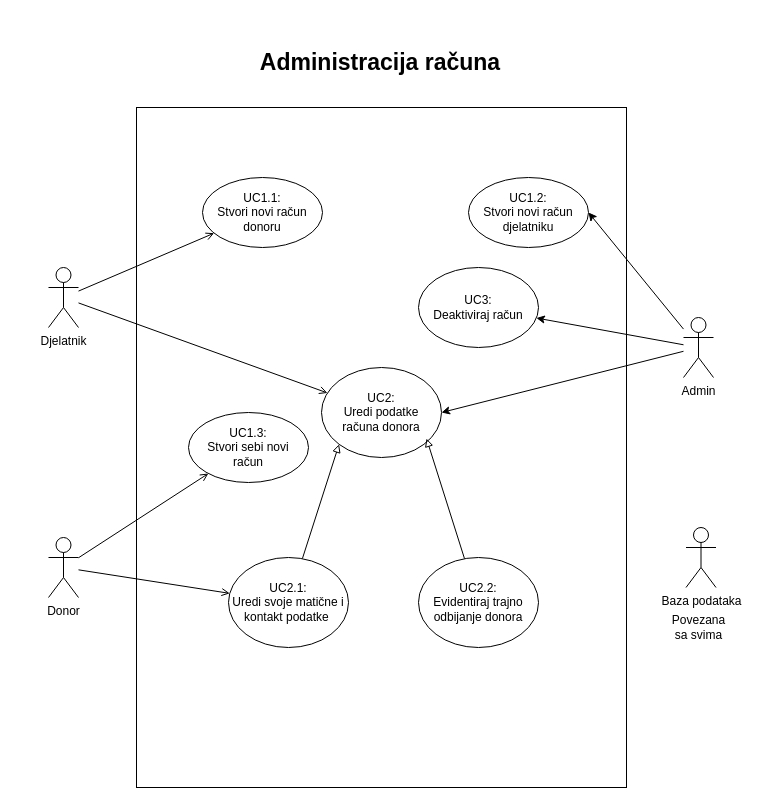
This is page "1 - Administracija računa" (1 of 6) of Dokumentacija/Use cases/Use Cases.drawio from ToniIvankovic/TrueBlood, a draw.io file, before an edit. Source tidied: cells renumbered, new cells numbered last; positions are measured from the earlier drawing's top-left corner, leaving out a move shared by most shapes. Both pictures are drawn from the tidied source at 100%, with x=0, y=0 at pixel (48, 17).
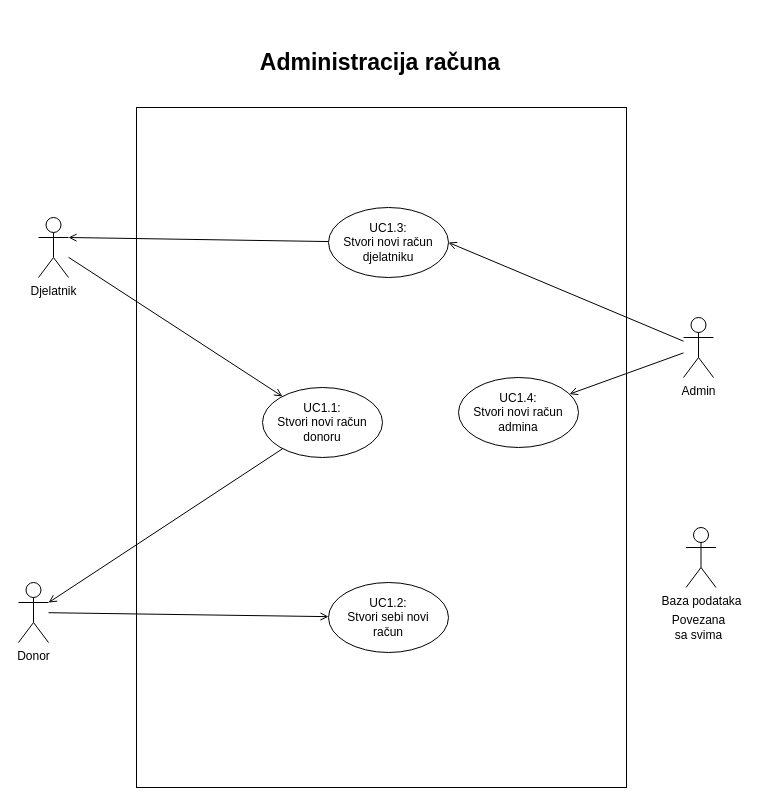
Above is the later version.

The change refers to these unchanged cells:
```xml
<mxCell id="13" value="Admin" style="shape=umlActor;verticalLabelPosition=bottom;verticalAlign=top;html=1;outlineConnect=0;" parent="1" vertex="1">
  <mxGeometry x="635" y="300" width="30" height="60" as="geometry" />
</mxCell>
```

What changed in the source:
```diff
@@
     <mxCell id="3" value="UC1.1:&lt;br&gt;Stvori novi račun donoru" style="ellipse;whiteSpace=wrap;html=1;" parent="1" vertex="1">
-      <mxGeometry x="154" y="160" width="120" height="70" as="geometry" />
+      <mxGeometry x="214" y="370" width="120" height="70" as="geometry" />
     </mxCell>
-    <mxCell id="4" value="UC3:&lt;br&gt;Deaktiviraj račun" style="ellipse;whiteSpace=wrap;html=1;" parent="1" vertex="1">
-      <mxGeometry x="370" y="250" width="120" height="80" as="geometry" />
-    </mxCell>
-    <mxCell id="5" value="UC2:&lt;br&gt;Uredi podatke &lt;br&gt;računa donora" style="ellipse;whiteSpace=wrap;html=1;" parent="1" vertex="1">
-      <mxGeometry x="273" y="350" width="120" height="90" as="geometry" />
-    </mxCell>
-    <mxCell id="6" style="edgeStyle=none;rounded=0;jettySize=auto;html=1;entryX=0.875;entryY=0.789;entryDx=0;entryDy=0;endArrow=block;endFill=0;entryPerimeter=0;" parent="1" edge="1" source="7" target="5">
-      <mxGeometry relative="1" as="geometry" />
-    </mxCell>
-    <mxCell id="7" value="UC2.2:&lt;br&gt;Evidentiraj trajno odbijanje donora" style="ellipse;whiteSpace=wrap;html=1;" parent="1" vertex="1">
-      <mxGeometry x="370" y="540" width="120" height="90" as="geometry" />
-    </mxCell>
-    <mxCell id="8" style="rounded=0;jettySize=auto;html=1;entryX=0;entryY=1;entryDx=0;entryDy=0;endArrow=block;endFill=0;" parent="1" edge="1" source="9" target="5">
-      <mxGeometry relative="1" as="geometry" />
-    </mxCell>
-    <mxCell id="9" value="UC2.1:&lt;br&gt;Uredi svoje matične i kontakt podatke&amp;nbsp;" style="ellipse;whiteSpace=wrap;html=1;" parent="1" vertex="1">
-      <mxGeometry x="180" y="540" width="120" height="90" as="geometry" />
-    </mxCell>
-    <mxCell id="10" style="rounded=0;jettySize=auto;html=1;entryX=1;entryY=0.5;entryDx=0;entryDy=0;" parent="1" edge="1" source="13" target="23">
+    <mxCell id="10" style="rounded=0;jettySize=auto;html=1;entryX=1;entryY=0.5;entryDx=0;entryDy=0;endArrow=open;endFill=0;" parent="1" edge="1" source="13" target="23">
       <mxGeometry relative="1" as="geometry" />
     </mxCell>
-    <mxCell id="11" style="edgeStyle=none;rounded=0;jettySize=auto;html=1;" parent="1" edge="1" source="13" target="4">
-      <mxGeometry relative="1" as="geometry" />
-    </mxCell>
-    <mxCell id="12" style="edgeStyle=none;rounded=0;jettySize=auto;html=1;entryX=1;entryY=0.5;entryDx=0;entryDy=0;" parent="1" edge="1" source="13" target="5">
-      <mxGeometry relative="1" as="geometry" />
-    </mxCell>
+    <mxCell id="25" style="edgeStyle=none;rounded=0;jettySize=auto;html=1;endArrow=open;endFill=0;" parent="1" edge="1" source="13" target="29">
+      <mxGeometry relative="1" as="geometry" />
+    </mxCell>
@@
-    <mxCell id="16" style="edgeStyle=none;rounded=0;jettySize=auto;html=1;endArrow=open;endFill=0;" parent="1" edge="1" source="17" target="5">
-      <mxGeometry relative="1" as="geometry" />
-    </mxCell>
     <mxCell id="17" value="Djelatnik" style="shape=umlActor;verticalLabelPosition=bottom;verticalAlign=top;html=1;outlineConnect=0;" parent="1" vertex="1">
-      <mxGeometry y="250" width="30" height="60" as="geometry" />
+      <mxGeometry x="-10" y="200" width="30" height="60" as="geometry" />
     </mxCell>
-    <mxCell id="18" style="edgeStyle=none;rounded=0;jettySize=auto;html=1;endArrow=open;endFill=0;" parent="1" edge="1" source="20" target="9">
-      <mxGeometry relative="1" as="geometry" />
-    </mxCell>
-    <mxCell id="19" style="edgeStyle=none;rounded=0;jettySize=auto;html=1;endArrow=open;endFill=0;" parent="1" edge="1" source="20" target="24">
-      <mxGeometry relative="1" as="geometry" />
-    </mxCell>
+    <mxCell id="26" style="rounded=0;jettySize=auto;html=1;endArrow=open;endFill=0;" parent="1" edge="1" source="3" target="20">
+      <mxGeometry relative="1" as="geometry" />
+    </mxCell>
+    <mxCell id="27" style="edgeStyle=none;rounded=0;jettySize=auto;html=1;endArrow=open;endFill=0;" parent="1" edge="1" source="20" target="30">
+      <mxGeometry relative="1" as="geometry" />
+    </mxCell>
     <mxCell id="20" value="Donor" style="shape=umlActor;verticalLabelPosition=bottom;verticalAlign=top;html=1;outlineConnect=0;" parent="1" vertex="1">
-      <mxGeometry y="520" width="30" height="60" as="geometry" />
+      <mxGeometry x="-30" y="565" width="30" height="60" as="geometry" />
     </mxCell>
@@
+    <mxCell id="28" style="edgeStyle=none;rounded=0;jettySize=auto;html=1;entryX=1;entryY=0.3333333333333333;entryDx=0;entryDy=0;entryPerimeter=0;endArrow=open;endFill=0;" parent="1" edge="1" source="23" target="17">
+      <mxGeometry relative="1" as="geometry" />
+    </mxCell>
-    <mxCell id="23" value="UC1.2:&lt;br&gt;Stvori novi račun djelatniku" style="ellipse;whiteSpace=wrap;html=1;" parent="1" vertex="1">
-      <mxGeometry x="420" y="160" width="120" height="70" as="geometry" />
+    <mxCell id="23" value="UC1.3:&lt;br&gt;Stvori novi račun djelatniku" style="ellipse;whiteSpace=wrap;html=1;" parent="1" vertex="1">
+      <mxGeometry x="280" y="190" width="120" height="70" as="geometry" />
     </mxCell>
-    <mxCell id="24" value="UC1.3:&lt;br&gt;Stvori sebi novi &lt;br&gt;račun" style="ellipse;whiteSpace=wrap;html=1;" parent="1" vertex="1">
-      <mxGeometry x="140" y="395" width="120" height="70" as="geometry" />
-    </mxCell>
+    <mxCell id="29" value="UC1.4:&lt;br&gt;Stvori novi račun admina" style="ellipse;whiteSpace=wrap;html=1;" parent="1" vertex="1">
+      <mxGeometry x="410" y="360" width="120" height="70" as="geometry" />
+    </mxCell>
+    <mxCell id="30" value="UC1.2:&lt;br&gt;Stvori sebi novi &lt;br&gt;račun" style="ellipse;whiteSpace=wrap;html=1;" parent="1" vertex="1">
+      <mxGeometry x="280" y="565" width="120" height="70" as="geometry" />
+    </mxCell>
```
